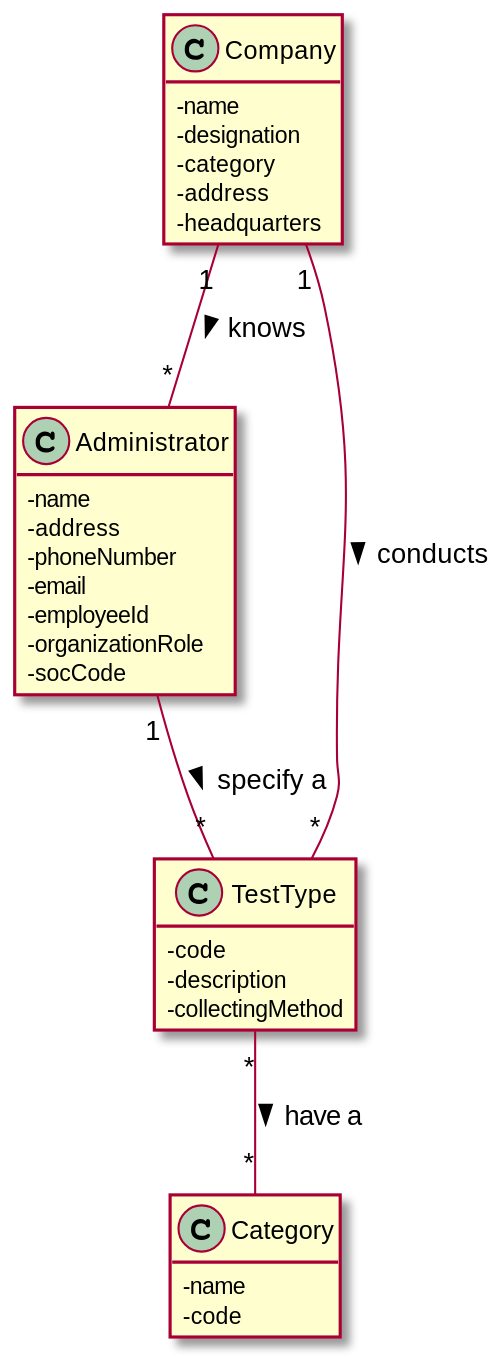
Before: docs/SprintB/US09/US09_DM.svg, a diagram exported from PlantUML (manu-07-ela/LAPR2_ISEP).
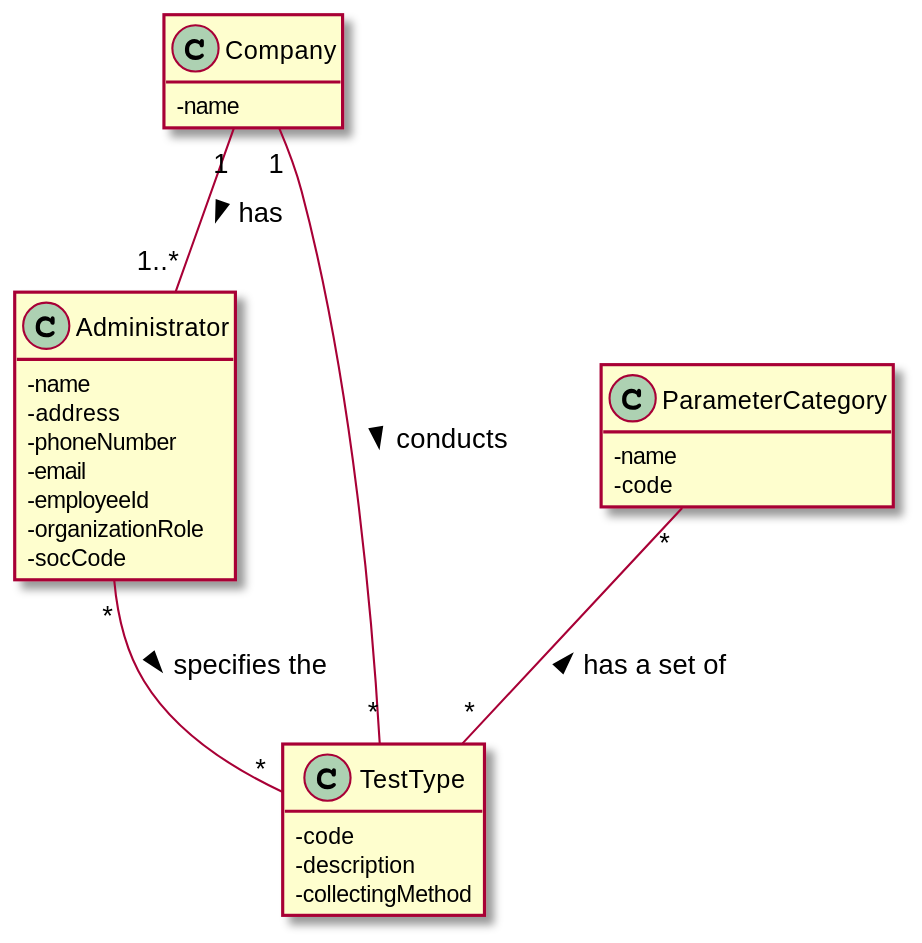
The same diagram one commit later.

The edit, as a diff of the source:
```diff
@@ -4,10 +4,6 @@
 
 class Company{
 -name
--designation
--category
--address
--headquarters
 }
 
 
@@ -28,15 +24,15 @@
 }
 
 
-class Category{
+class ParameterCategory{
 -name
 -code
 }
 
 
-Company "1"--"*" Administrator : knows >
+Company "1"--"1..*" Administrator : has >
 Company "1"--"*" TestType : conducts >
-Administrator "1"--"*" TestType : specify a >
-TestType "*"--"*" Category : have a >
+Administrator "*"--"*" TestType : specifies the >
+ParameterCategory "*"--"*" TestType : has a set of <
 
 @enduml
```
